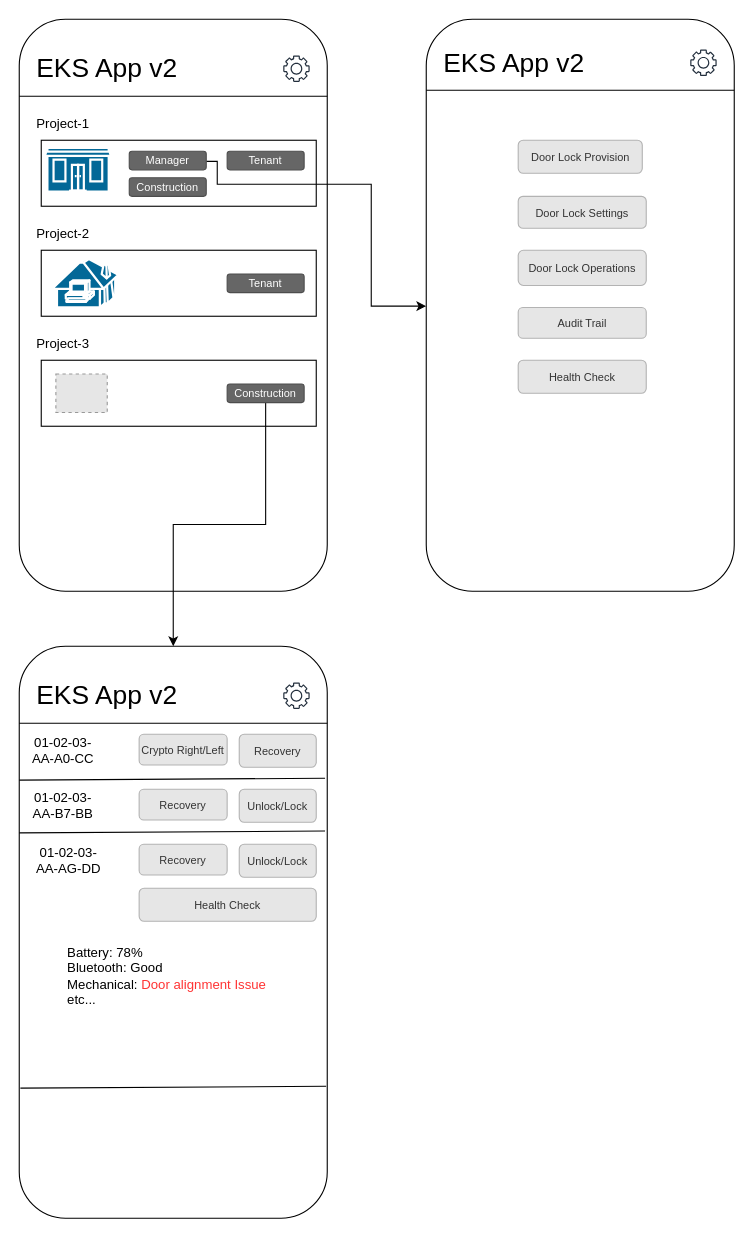
Before: EKS System v2 .drawio in kevin3747118/ALZK, a draw.io diagram. Source tidied: cells renumbered, new cells numbered last; positions are measured from the earlier drawing's top-left corner, leaving out a move shared by most shapes. Both pictures are drawn from the tidied source at 110%, with x=0, y=0 at pixel (19, 19). Pictures stored in the file or linked from it are replaced by grey dashed boxes.
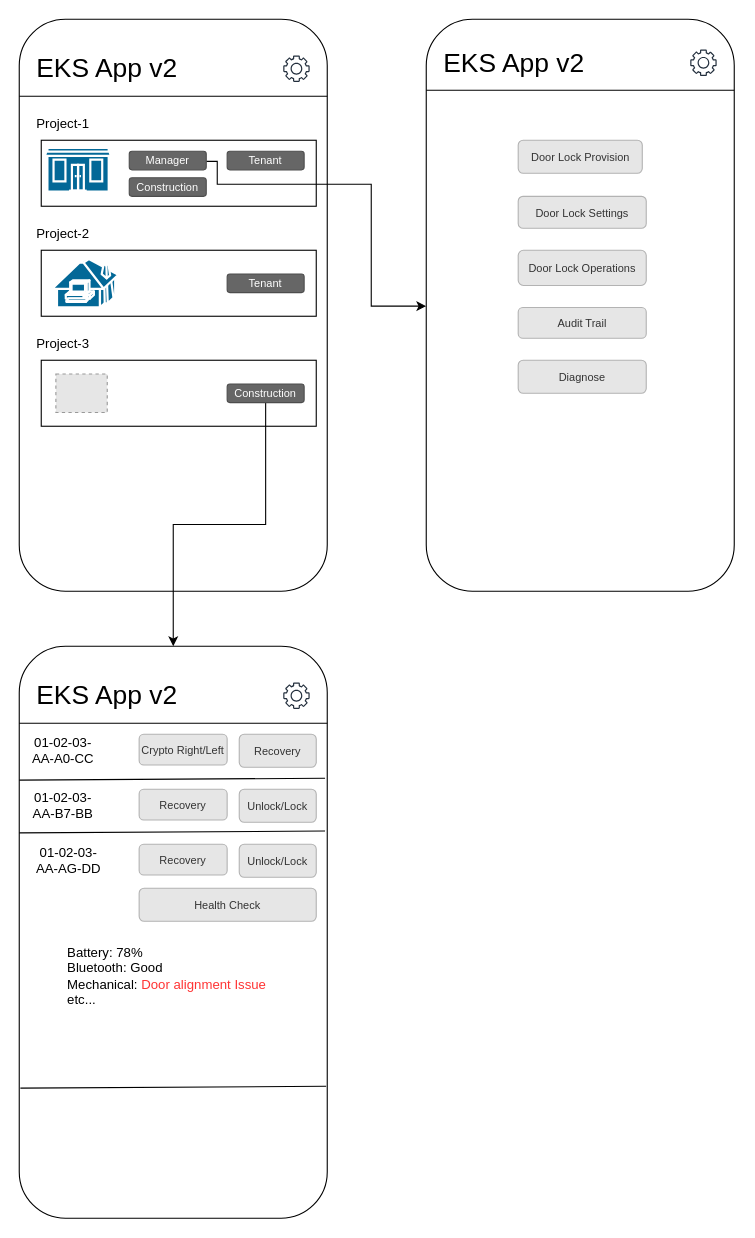
Above is the later version.

What changed in the source:
```diff
@@
-    <mxCell id="30" value="Health Check" style="rounded=1;html=1;shadow=0;dashed=0;whiteSpace=wrap;fontSize=10;fillColor=#E6E6E6;align=center;strokeColor=#B3B3B3;fontColor=#333333;" parent="1" vertex="1">
+    <mxCell id="30" value="Diagnose" style="rounded=1;html=1;shadow=0;dashed=0;whiteSpace=wrap;fontSize=10;fillColor=#E6E6E6;align=center;strokeColor=#B3B3B3;fontColor=#333333;" parent="1" vertex="1">
       <mxGeometry x="453.6" y="310" width="116.4" height="30" as="geometry" />
     </mxCell>
```
